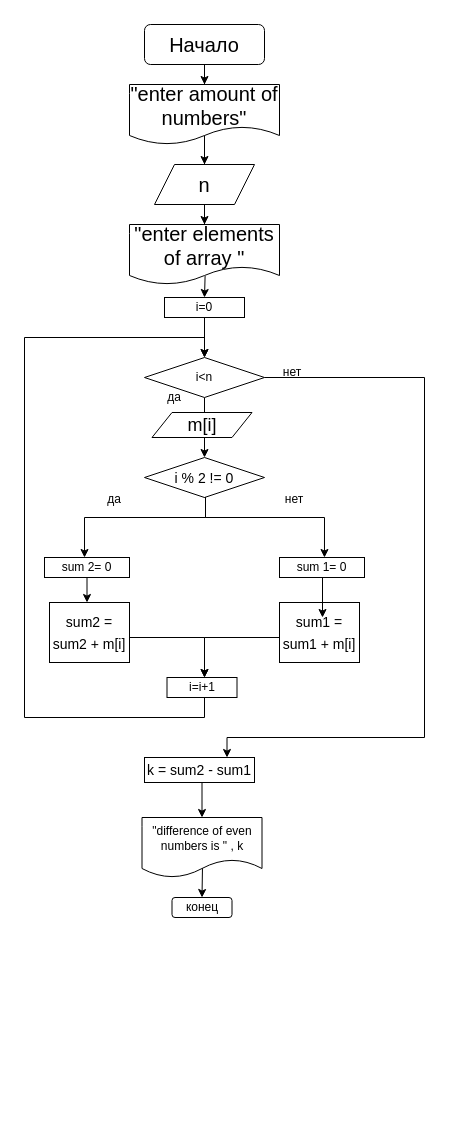
This is 3/3.2.drawio from klep1koff/lifeishard, a draw.io file, before an edit. Source tidied: cells renumbered, new cells numbered last; positions are measured from the earlier drawing's top-left corner, leaving out a move shared by most shapes. Both pictures are drawn from the tidied source at 100%, with x=0, y=0 at pixel (24, 24).
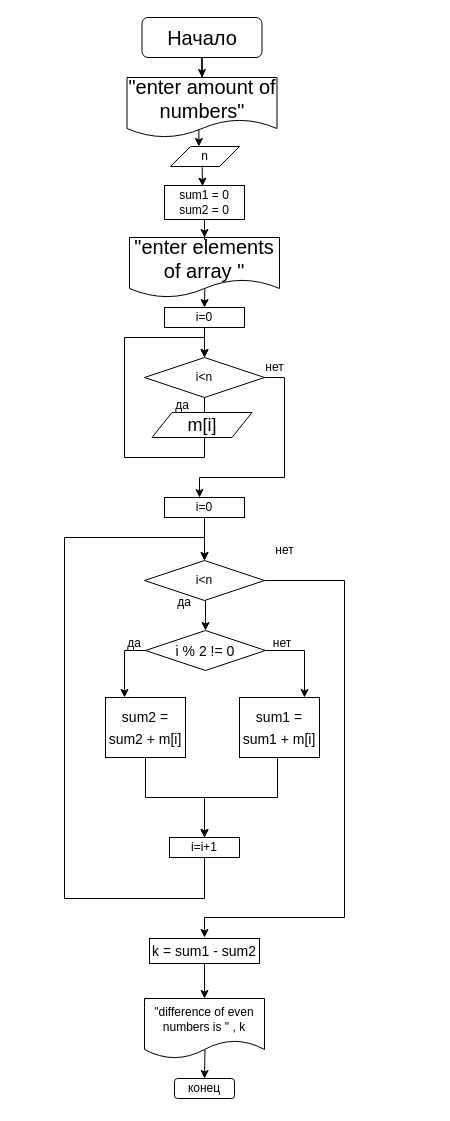
The same diagram, later.

The change refers to these unchanged cells:
```xml
<mxCell id="6" value="i&amp;lt;n" style="rhombus;whiteSpace=wrap;html=1;rounded=0;" parent="1" vertex="1">
  <mxGeometry x="120" y="333" width="120" height="40" as="geometry" />
</mxCell>
```

What changed in the source:
```diff
@@
     <mxCell id="3" value="i=0" style="whiteSpace=wrap;html=1;rounded=0;" parent="1" vertex="1">
-      <mxGeometry x="140" y="273" width="80" height="20" as="geometry" />
+      <mxGeometry x="140" y="283" width="80" height="20" as="geometry" />
     </mxCell>
@@
-    <mxCell id="5" style="edgeStyle=orthogonalEdgeStyle;rounded=0;jettySize=auto;html=1;entryX=0.75;entryY=0;entryDx=0;entryDy=0;" parent="1" edge="1" source="6" target="32">
-      <mxGeometry relative="1" as="geometry">
-        <Array as="points">
-          <mxPoint x="400" y="353" />
-          <mxPoint x="400" y="713" />
-          <mxPoint x="202" y="713" />
-        </Array>
-      </mxGeometry>
-    </mxCell>
+    <mxCell id="40" style="edgeStyle=orthogonalEdgeStyle;rounded=0;jettySize=auto;html=1;" parent="1" edge="1" source="6">
+      <mxGeometry relative="1" as="geometry">
+        <mxPoint x="175" y="473" as="targetPoint" />
+        <Array as="points">
+          <mxPoint x="260" y="353" />
+          <mxPoint x="260" y="453" />
+          <mxPoint x="175" y="453" />
+        </Array>
+      </mxGeometry>
+    </mxCell>
@@
-    <mxCell id="7" style="edgeStyle=orthogonalEdgeStyle;rounded=0;orthogonalLoop=1;jettySize=auto;html=1;" parent="1" edge="1">
-      <mxGeometry relative="1" as="geometry">
-        <mxPoint x="180" y="673" as="sourcePoint" />
-        <mxPoint x="180" y="333" as="targetPoint" />
-        <Array as="points">
-          <mxPoint x="180" y="693" />
-          <mxPoint y="693" />
-          <mxPoint y="313" />
-          <mxPoint x="180" y="313" />
-        </Array>
-      </mxGeometry>
-    </mxCell>
-    <mxCell id="8" value="i=i+1" style="rounded=0;whiteSpace=wrap;html=1;" parent="1" vertex="1">
-      <mxGeometry x="142.5" y="653" width="70" height="20" as="geometry" />
-    </mxCell>
     <mxCell id="9" value="да" style="text;html=1;strokeColor=none;fillColor=none;align=center;verticalAlign=middle;whiteSpace=wrap;rounded=0;" parent="1" vertex="1">
-      <mxGeometry x="120" y="358" width="60" height="30" as="geometry" />
+      <mxGeometry x="127.5" y="373" width="60" height="15" as="geometry" />
     </mxCell>
-    <mxCell id="10" value="нет" style="text;html=1;strokeColor=none;fillColor=none;align=center;verticalAlign=middle;whiteSpace=wrap;rounded=0;" parent="1" vertex="1">
-      <mxGeometry x="237.5" y="333" width="60" height="30" as="geometry" />
-    </mxCell>
+    <mxCell id="23" style="edgeStyle=orthogonalEdgeStyle;rounded=0;jettySize=auto;html=1;fontSize=14;" parent="1" edge="1" source="24" target="29">
+      <mxGeometry relative="1" as="geometry" />
+    </mxCell>
+    <mxCell id="24" value="&lt;font style=&quot;font-size: 20px&quot;&gt;Начало&lt;/font&gt;" style="rounded=1;whiteSpace=wrap;html=1;fontSize=12;glass=0;strokeWidth=1;shadow=0;" parent="1" vertex="1">
+      <mxGeometry x="117.5" y="-7" width="120" height="40" as="geometry" />
+    </mxCell>
+    <mxCell id="28" style="edgeStyle=orthogonalEdgeStyle;rounded=0;jettySize=auto;html=1;entryX=0.411;entryY=0;entryDx=0;entryDy=0;entryPerimeter=0;exitX=0.49;exitY=0.839;exitDx=0;exitDy=0;exitPerimeter=0;" parent="1" edge="1" source="29" target="27">
+      <mxGeometry relative="1" as="geometry">
+        <Array as="points">
+          <mxPoint x="174" y="103" />
+          <mxPoint x="174" y="122" />
+        </Array>
+      </mxGeometry>
+    </mxCell>
+    <mxCell id="29" value="&lt;font style=&quot;font-size: 20px&quot;&gt;&quot;enter amount of numbers&quot;&lt;/font&gt;" style="shape=document;whiteSpace=wrap;html=1;boundedLbl=1;" parent="1" vertex="1">
+      <mxGeometry x="102.5" y="53" width="150" height="60" as="geometry" />
+    </mxCell>
+    <mxCell id="41" style="edgeStyle=orthogonalEdgeStyle;rounded=0;jettySize=auto;html=1;exitX=0.502;exitY=0.84;exitDx=0;exitDy=0;exitPerimeter=0;entryX=0.5;entryY=0;entryDx=0;entryDy=0;" parent="1" edge="1" source="30" target="3">
+      <mxGeometry relative="1" as="geometry" />
+    </mxCell>
+    <mxCell id="30" value="&lt;font style=&quot;font-size: 20px&quot;&gt;&quot;enter elements of array &quot;&lt;/font&gt;" style="shape=document;whiteSpace=wrap;html=1;boundedLbl=1;" parent="1" vertex="1">
+      <mxGeometry x="105" y="213" width="150" height="60" as="geometry" />
+    </mxCell>
+    <mxCell id="42" style="edgeStyle=orthogonalEdgeStyle;rounded=0;jettySize=auto;html=1;entryX=0.5;entryY=0;entryDx=0;entryDy=0;" parent="1" edge="1" source="39" target="6">
+      <mxGeometry relative="1" as="geometry">
+        <Array as="points">
+          <mxPoint x="180" y="433" />
+          <mxPoint x="100" y="433" />
+          <mxPoint x="100" y="313" />
+          <mxPoint x="180" y="313" />
+        </Array>
+      </mxGeometry>
+    </mxCell>
+    <mxCell id="39" value="&lt;span style=&quot;font-size: 18px&quot;&gt;m[i]&lt;/span&gt;" style="shape=parallelogram;perimeter=parallelogramPerimeter;whiteSpace=wrap;html=1;fixedSize=1;" parent="1" vertex="1">
+      <mxGeometry x="127.5" y="388" width="100" height="25" as="geometry" />
+    </mxCell>
+    <mxCell id="43" value="нет" style="text;html=1;align=center;verticalAlign=middle;strokeColor=none;fillColor=none;" parent="1" vertex="1">
+      <mxGeometry x="230" y="333" width="40" height="20" as="geometry" />
+    </mxCell>
@@
     <mxCell id="13" value="&quot;difference of even numbers is&amp;nbsp;&quot; , k" style="shape=document;whiteSpace=wrap;html=1;boundedLbl=1;" parent="1" vertex="1">
-      <mxGeometry x="117.5" y="793" width="120" height="60" as="geometry" />
+      <mxGeometry x="120" y="974" width="120" height="60" as="geometry" />
     </mxCell>
-    <mxCell id="14" style="edgeStyle=orthogonalEdgeStyle;rounded=0;jettySize=auto;html=1;entryX=0.5;entryY=0;entryDx=0;entryDy=0;exitX=0.535;exitY=1;exitDx=0;exitDy=0;exitPerimeter=0;" parent="1" edge="1" source="39" target="31">
-      <mxGeometry relative="1" as="geometry" />
-    </mxCell>
-    <mxCell id="15" style="edgeStyle=orthogonalEdgeStyle;rounded=0;jettySize=auto;html=1;fontSize=18;exitX=0.498;exitY=0.96;exitDx=0;exitDy=0;exitPerimeter=0;entryX=0.471;entryY=0;entryDx=0;entryDy=0;entryPerimeter=0;" parent="1" edge="1" source="31" target="37">
-      <mxGeometry relative="1" as="geometry">
-        <Array as="points">
-          <mxPoint x="181" y="471" />
-          <mxPoint x="181" y="493" />
-          <mxPoint x="60" y="493" />
-        </Array>
-      </mxGeometry>
-    </mxCell>
+    <mxCell id="44" style="edgeStyle=orthogonalEdgeStyle;rounded=0;jettySize=auto;html=1;fontSize=14;entryX=0.5;entryY=0;entryDx=0;entryDy=0;exitX=0.5;exitY=1;exitDx=0;exitDy=0;" parent="1" edge="1" source="45" target="13">
+      <mxGeometry relative="1" as="geometry" />
+    </mxCell>
+    <mxCell id="45" value="k = sum1 - sum2" style="rounded=0;whiteSpace=wrap;html=1;fontSize=14;" parent="1" vertex="1">
+      <mxGeometry x="125" y="914" width="110" height="25" as="geometry" />
+    </mxCell>
+    <mxCell id="33" value="конец" style="rounded=1;whiteSpace=wrap;html=1;" parent="1" vertex="1">
+      <mxGeometry x="150" y="1054" width="60" height="20" as="geometry" />
+    </mxCell>
+    <mxCell id="46" style="edgeStyle=orthogonalEdgeStyle;rounded=0;jettySize=auto;html=1;" parent="1" edge="1" source="8" target="56">
+      <mxGeometry relative="1" as="geometry">
+        <Array as="points">
+          <mxPoint x="180" y="874" />
+          <mxPoint x="40" y="874" />
+          <mxPoint x="40" y="513" />
+          <mxPoint x="180" y="513" />
+        </Array>
+      </mxGeometry>
+    </mxCell>
+    <mxCell id="8" value="i=i+1" style="rounded=0;whiteSpace=wrap;html=1;" parent="1" vertex="1">
+      <mxGeometry x="145" y="813" width="70" height="20" as="geometry" />
+    </mxCell>
     <mxCell id="16" style="edgeStyle=orthogonalEdgeStyle;rounded=0;jettySize=auto;html=1;" parent="1" edge="1" source="17" target="8">
-      <mxGeometry relative="1" as="geometry">
-        <Array as="points">
-          <mxPoint x="180" y="613" />
-        </Array>
-      </mxGeometry>
+      <mxGeometry relative="1" as="geometry" />
     </mxCell>
     <mxCell id="17" value="&lt;font style=&quot;font-size: 14px&quot;&gt;sum2 = sum2 + m[i]&lt;/font&gt;" style="whiteSpace=wrap;html=1;fontSize=18;" parent="1" vertex="1">
-      <mxGeometry x="25" y="578" width="80" height="60" as="geometry" />
+      <mxGeometry x="81" y="673" width="80" height="60" as="geometry" />
     </mxCell>
-    <mxCell id="18" style="edgeStyle=orthogonalEdgeStyle;rounded=0;jettySize=auto;html=1;" parent="1" edge="1" source="19">
-      <mxGeometry relative="1" as="geometry">
-        <mxPoint x="180" y="653" as="targetPoint" />
-        <Array as="points">
-          <mxPoint x="180" y="613" />
-        </Array>
-      </mxGeometry>
-    </mxCell>
+    <mxCell id="47" style="edgeStyle=orthogonalEdgeStyle;rounded=0;jettySize=auto;html=1;" parent="1" edge="1" source="19" target="8">
+      <mxGeometry relative="1" as="geometry">
+        <Array as="points">
+          <mxPoint x="253" y="773" />
+          <mxPoint x="180" y="773" />
+        </Array>
+      </mxGeometry>
+    </mxCell>
     <mxCell id="19" value="&lt;font style=&quot;font-size: 14px&quot;&gt;sum1 = sum1 + m[i]&lt;/font&gt;" style="whiteSpace=wrap;html=1;fontSize=18;" parent="1" vertex="1">
-      <mxGeometry x="255" y="578" width="80" height="60" as="geometry" />
+      <mxGeometry x="215" y="673" width="80" height="60" as="geometry" />
     </mxCell>
-    <mxCell id="20" value="да" style="text;html=1;strokeColor=none;fillColor=none;align=center;verticalAlign=middle;whiteSpace=wrap;rounded=0;" parent="1" vertex="1">
-      <mxGeometry x="60" y="460" width="60" height="30" as="geometry" />
-    </mxCell>
-    <mxCell id="21" value="нет" style="text;html=1;strokeColor=none;fillColor=none;align=center;verticalAlign=middle;whiteSpace=wrap;rounded=0;" parent="1" vertex="1">
-      <mxGeometry x="240" y="460" width="60" height="30" as="geometry" />
-    </mxCell>
-    <mxCell id="22" style="edgeStyle=orthogonalEdgeStyle;rounded=0;jettySize=auto;html=1;fontSize=14;entryX=0.5;entryY=0;entryDx=0;entryDy=0;exitX=0.5;exitY=1;exitDx=0;exitDy=0;" parent="1" edge="1" source="32" target="13">
-      <mxGeometry relative="1" as="geometry" />
-    </mxCell>
-    <mxCell id="23" style="edgeStyle=orthogonalEdgeStyle;rounded=0;jettySize=auto;html=1;fontSize=14;" parent="1" edge="1" source="24" target="29">
-      <mxGeometry relative="1" as="geometry" />
-    </mxCell>
-    <mxCell id="24" value="&lt;font style=&quot;font-size: 20px&quot;&gt;Начало&lt;/font&gt;" style="rounded=1;whiteSpace=wrap;html=1;fontSize=12;glass=0;strokeWidth=1;shadow=0;" parent="1" vertex="1">
-      <mxGeometry x="120" width="120" height="40" as="geometry" />
-    </mxCell>
-    <mxCell id="25" style="edgeStyle=orthogonalEdgeStyle;rounded=0;jettySize=auto;html=1;exitX=0.504;exitY=0.857;exitDx=0;exitDy=0;exitPerimeter=0;" parent="1" edge="1" source="30">
-      <mxGeometry relative="1" as="geometry">
-        <mxPoint x="180" y="273" as="targetPoint" />
-      </mxGeometry>
-    </mxCell>
-    <mxCell id="26" style="edgeStyle=orthogonalEdgeStyle;rounded=0;jettySize=auto;html=1;fontSize=14;" parent="1" edge="1" source="27" target="30">
-      <mxGeometry relative="1" as="geometry" />
-    </mxCell>
+    <mxCell id="48" value="да" style="text;html=1;strokeColor=none;fillColor=none;align=center;verticalAlign=middle;whiteSpace=wrap;rounded=0;" parent="1" vertex="1">
+      <mxGeometry x="80" y="604" width="60" height="30" as="geometry" />
+    </mxCell>
+    <mxCell id="49" value="нет" style="text;html=1;strokeColor=none;fillColor=none;align=center;verticalAlign=middle;whiteSpace=wrap;rounded=0;" parent="1" vertex="1">
+      <mxGeometry x="227.5" y="604" width="60" height="30" as="geometry" />
+    </mxCell>
+    <mxCell id="50" style="edgeStyle=orthogonalEdgeStyle;rounded=0;jettySize=auto;html=1;" parent="1" edge="1" source="31">
+      <mxGeometry relative="1" as="geometry">
+        <mxPoint x="100" y="673" as="targetPoint" />
+        <Array as="points">
+          <mxPoint x="100" y="626" />
+          <mxPoint x="100" y="673" />
+        </Array>
+      </mxGeometry>
+    </mxCell>
+    <mxCell id="51" style="edgeStyle=orthogonalEdgeStyle;rounded=0;jettySize=auto;html=1;" parent="1" edge="1" source="31">
+      <mxGeometry relative="1" as="geometry">
+        <mxPoint x="280" y="673" as="targetPoint" />
+        <Array as="points">
+          <mxPoint x="280" y="626" />
+          <mxPoint x="280" y="673" />
+        </Array>
+      </mxGeometry>
+    </mxCell>
+    <mxCell id="31" value="&lt;font style=&quot;font-size: 14px&quot;&gt;i % 2 != 0&lt;/font&gt;" style="rhombus;whiteSpace=wrap;html=1;fontSize=18;" parent="1" vertex="1">
+      <mxGeometry x="121" y="606" width="120" height="40" as="geometry" />
+    </mxCell>
+    <mxCell id="52" style="edgeStyle=orthogonalEdgeStyle;rounded=0;jettySize=auto;html=1;" parent="1" edge="1" source="53" target="56">
+      <mxGeometry relative="1" as="geometry" />
+    </mxCell>
+    <mxCell id="53" value="i=0" style="whiteSpace=wrap;html=1;rounded=0;" parent="1" vertex="1">
+      <mxGeometry x="140" y="473" width="80" height="20" as="geometry" />
+    </mxCell>
+    <mxCell id="54" style="edgeStyle=orthogonalEdgeStyle;rounded=0;jettySize=auto;html=1;" parent="1" edge="1" source="56" target="31">
+      <mxGeometry relative="1" as="geometry">
+        <Array as="points">
+          <mxPoint x="181" y="596" />
+          <mxPoint x="181" y="596" />
+        </Array>
+      </mxGeometry>
+    </mxCell>
+    <mxCell id="55" style="edgeStyle=orthogonalEdgeStyle;rounded=0;jettySize=auto;html=1;" parent="1" edge="1" source="56">
+      <mxGeometry relative="1" as="geometry">
+        <mxPoint x="180" y="913" as="targetPoint" />
+        <Array as="points">
+          <mxPoint x="320" y="556" />
+          <mxPoint x="320" y="893" />
+          <mxPoint x="180" y="893" />
+        </Array>
+      </mxGeometry>
+    </mxCell>
+    <mxCell id="56" value="i&amp;lt;n" style="rhombus;whiteSpace=wrap;html=1;rounded=0;" parent="1" vertex="1">
+      <mxGeometry x="120" y="536" width="120" height="40" as="geometry" />
+    </mxCell>
+    <mxCell id="57" value="да" style="text;html=1;strokeColor=none;fillColor=none;align=center;verticalAlign=middle;whiteSpace=wrap;rounded=0;" parent="1" vertex="1">
+      <mxGeometry x="130" y="563" width="60" height="30" as="geometry" />
+    </mxCell>
+    <mxCell id="58" value="нет" style="text;html=1;align=center;verticalAlign=middle;strokeColor=none;fillColor=none;" parent="1" vertex="1">
+      <mxGeometry x="240" y="516" width="40" height="20" as="geometry" />
+    </mxCell>
+    <mxCell id="59" style="edgeStyle=orthogonalEdgeStyle;rounded=0;jettySize=auto;html=1;" parent="1" edge="1" source="60" target="30">
+      <mxGeometry relative="1" as="geometry" />
+    </mxCell>
+    <mxCell id="60" value="sum1 = 0&lt;br&gt;sum2 = 0" style="rounded=0;whiteSpace=wrap;html=1;" parent="1" vertex="1">
+      <mxGeometry x="140" y="161" width="80" height="34" as="geometry" />
+    </mxCell>
-    <mxCell id="27" value="&lt;span style=&quot;font-size: 20px&quot;&gt;n&lt;/span&gt;" style="shape=parallelogram;perimeter=parallelogramPerimeter;whiteSpace=wrap;html=1;fixedSize=1;" parent="1" vertex="1">
-      <mxGeometry x="130" y="140" width="100" height="40" as="geometry" />
+    <mxCell id="27" value="n" style="shape=parallelogram;perimeter=parallelogramPerimeter;whiteSpace=wrap;html=1;fixedSize=1;" parent="1" vertex="1">
+      <mxGeometry x="146" y="122" width="69" height="20" as="geometry" />
     </mxCell>
-    <mxCell id="28" style="edgeStyle=orthogonalEdgeStyle;rounded=0;jettySize=auto;html=1;exitX=0.5;exitY=0.667;exitDx=0;exitDy=0;exitPerimeter=0;" parent="1" edge="1" source="29" target="27">
-      <mxGeometry relative="1" as="geometry" />
-    </mxCell>
-    <mxCell id="29" value="&lt;font style=&quot;font-size: 20px&quot;&gt;&quot;enter amount of numbers&quot;&lt;/font&gt;" style="shape=document;whiteSpace=wrap;html=1;boundedLbl=1;" parent="1" vertex="1">
-      <mxGeometry x="105" y="60" width="150" height="60" as="geometry" />
-    </mxCell>
-    <mxCell id="30" value="&lt;font style=&quot;font-size: 20px&quot;&gt;&quot;enter elements of array &quot;&lt;/font&gt;" style="shape=document;whiteSpace=wrap;html=1;boundedLbl=1;" parent="1" vertex="1">
-      <mxGeometry x="105" y="200" width="150" height="60" as="geometry" />
-    </mxCell>
-    <mxCell id="31" value="&lt;font style=&quot;font-size: 14px&quot;&gt;i % 2 != 0&lt;/font&gt;" style="rhombus;whiteSpace=wrap;html=1;fontSize=18;" parent="1" vertex="1">
-      <mxGeometry x="120" y="433" width="120" height="40" as="geometry" />
-    </mxCell>
-    <mxCell id="32" value="k = sum2 - sum1" style="rounded=0;whiteSpace=wrap;html=1;fontSize=14;" parent="1" vertex="1">
-      <mxGeometry x="120" y="733" width="110" height="25" as="geometry" />
-    </mxCell>
-    <mxCell id="33" value="конец" style="rounded=1;whiteSpace=wrap;html=1;" parent="1" vertex="1">
-      <mxGeometry x="147.5" y="873" width="60" height="20" as="geometry" />
-    </mxCell>
-    <mxCell id="34" style="edgeStyle=orthogonalEdgeStyle;rounded=0;jettySize=auto;html=1;" parent="1" edge="1" source="35">
-      <mxGeometry relative="1" as="geometry">
-        <mxPoint x="298" y="593" as="targetPoint" />
-        <Array as="points">
-          <mxPoint x="298" y="593" />
-        </Array>
-      </mxGeometry>
-    </mxCell>
-    <mxCell id="35" value="sum 1= 0" style="rounded=0;whiteSpace=wrap;html=1;" parent="1" vertex="1">
-      <mxGeometry x="255" y="533" width="85" height="20" as="geometry" />
-    </mxCell>
-    <mxCell id="36" style="edgeStyle=orthogonalEdgeStyle;rounded=0;jettySize=auto;html=1;" parent="1" edge="1" source="37" target="17">
-      <mxGeometry relative="1" as="geometry">
-        <Array as="points">
-          <mxPoint x="65" y="593" />
-          <mxPoint x="65" y="593" />
-        </Array>
-      </mxGeometry>
-    </mxCell>
-    <mxCell id="37" value="sum 2= 0" style="rounded=0;whiteSpace=wrap;html=1;" parent="1" vertex="1">
-      <mxGeometry x="20" y="533" width="85" height="20" as="geometry" />
-    </mxCell>
-    <mxCell id="38" style="edgeStyle=orthogonalEdgeStyle;rounded=0;jettySize=auto;html=1;fontSize=18;exitX=0.5;exitY=1;exitDx=0;exitDy=0;entryX=0.529;entryY=0;entryDx=0;entryDy=0;entryPerimeter=0;" parent="1" edge="1" source="31" target="35">
-      <mxGeometry relative="1" as="geometry">
-        <Array as="points">
-          <mxPoint x="181" y="473" />
-          <mxPoint x="181" y="493" />
-          <mxPoint x="300" y="493" />
-        </Array>
-      </mxGeometry>
-    </mxCell>
-    <mxCell id="39" value="&lt;span style=&quot;font-size: 18px&quot;&gt;m[i]&lt;/span&gt;" style="shape=parallelogram;perimeter=parallelogramPerimeter;whiteSpace=wrap;html=1;fixedSize=1;" parent="1" vertex="1">
-      <mxGeometry x="127.5" y="388" width="100" height="25" as="geometry" />
-    </mxCell>
+    <mxCell id="61" style="edgeStyle=orthogonalEdgeStyle;rounded=0;jettySize=auto;html=1;startArrow=none;exitX=0.459;exitY=0.95;exitDx=0;exitDy=0;exitPerimeter=0;entryX=0.475;entryY=0.02;entryDx=0;entryDy=0;entryPerimeter=0;" parent="1" edge="1" source="27" target="60">
+      <mxGeometry relative="1" as="geometry">
+        <Array as="points">
+          <mxPoint x="178" y="143" />
+        </Array>
+      </mxGeometry>
+    </mxCell>
```
